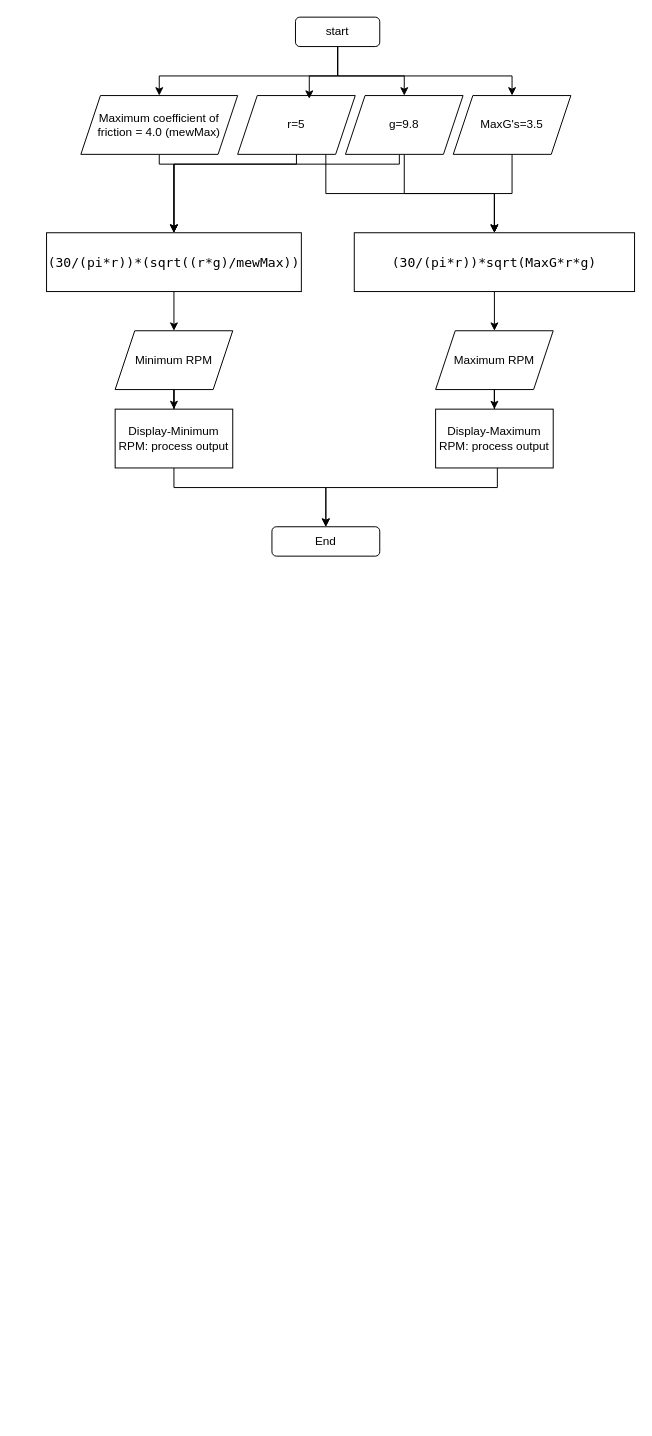
Above: Untitled Diagram.drawio in ShhhhTheBaby/draw.io (draw.io), before the change. Source tidied: cells renumbered, new cells numbered last; positions are measured from the earlier drawing's top-left corner, leaving out a move shared by most shapes. Both pictures are drawn from the tidied source at 98%, with x=0, y=0 at pixel (46, 17).
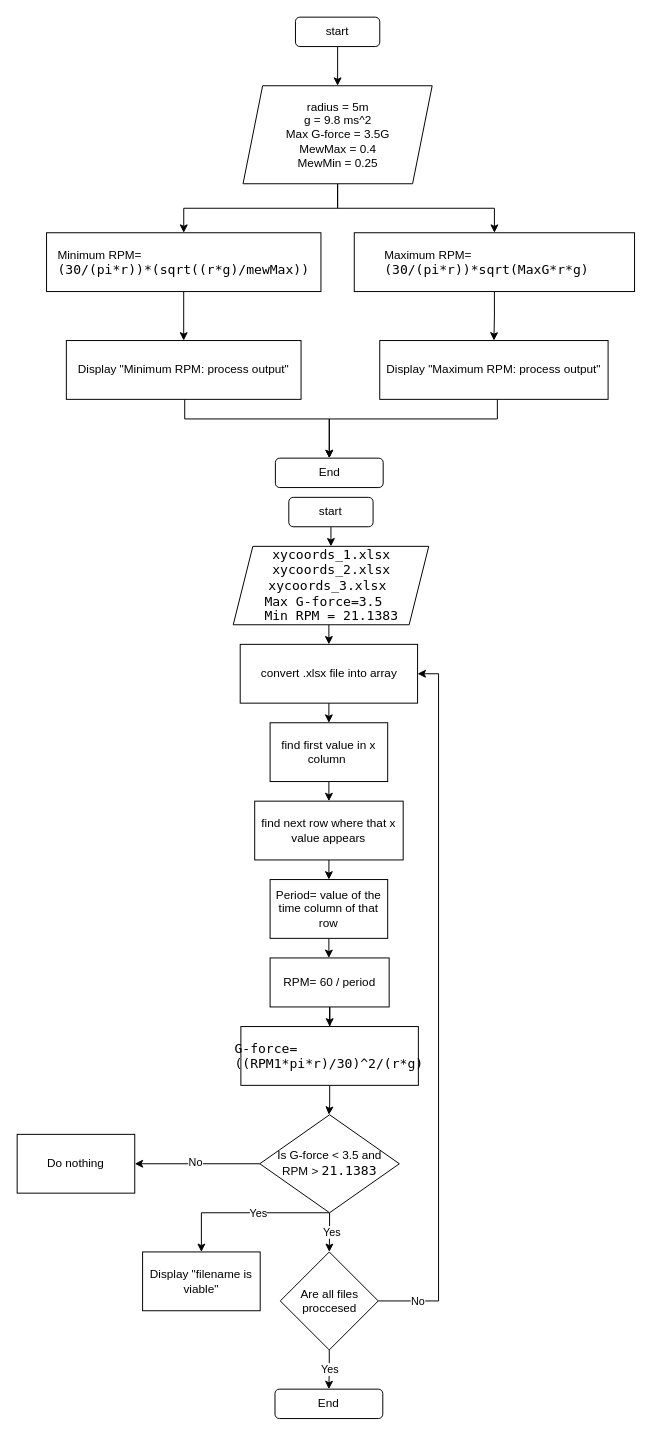
The same page after the edit.

Unchanged cells that the change refers to:
```xml
<mxCell id="23" value="start" style="rounded=1;whiteSpace=wrap;html=1;" parent="1" vertex="1">
  <mxGeometry x="254" width="86" height="30" as="geometry" />
</mxCell>
```

The edit, as a diff of the source:
```diff
@@
-    <mxCell id="2" style="edgeStyle=orthogonalEdgeStyle;rounded=0;jettySize=auto;html=1;entryX=0.5;entryY=0;entryDx=0;entryDy=0;" parent="1" edge="1" source="3" target="13">
-      <mxGeometry relative="1" as="geometry">
-        <Array as="points">
-          <mxPoint x="115" y="150" />
-          <mxPoint x="130" y="150" />
-        </Array>
-      </mxGeometry>
-    </mxCell>
-    <mxCell id="3" value="Maximum coefficient of friction = 4.0 (mewMax)" style="shape=parallelogram;perimeter=parallelogramPerimeter;whiteSpace=wrap;html=1;fixedSize=1;" parent="1" vertex="1">
-      <mxGeometry x="35" y="80" width="160" height="60" as="geometry" />
-    </mxCell>
-    <mxCell id="4" style="edgeStyle=orthogonalEdgeStyle;rounded=0;jettySize=auto;html=1;entryX=0.5;entryY=0;entryDx=0;entryDy=0;" parent="1" edge="1" source="5" target="15">
-      <mxGeometry relative="1" as="geometry">
-        <Array as="points">
-          <mxPoint x="475" y="180" />
-          <mxPoint x="457" y="180" />
-        </Array>
-      </mxGeometry>
-    </mxCell>
-    <mxCell id="5" value="MaxG's=3.5" style="shape=parallelogram;perimeter=parallelogramPerimeter;whiteSpace=wrap;html=1;fixedSize=1;" parent="1" vertex="1">
-      <mxGeometry x="415" y="80" width="120" height="60" as="geometry" />
-    </mxCell>
-    <mxCell id="6" style="edgeStyle=orthogonalEdgeStyle;rounded=0;jettySize=auto;html=1;entryX=0.5;entryY=0;entryDx=0;entryDy=0;" parent="1" edge="1" source="8" target="13">
-      <mxGeometry relative="1" as="geometry">
-        <Array as="points">
-          <mxPoint x="255" y="150" />
-          <mxPoint x="130" y="150" />
-        </Array>
-      </mxGeometry>
-    </mxCell>
-    <mxCell id="7" style="edgeStyle=orthogonalEdgeStyle;rounded=0;jettySize=auto;html=1;exitX=0.75;exitY=1;exitDx=0;exitDy=0;" parent="1" edge="1" source="8" target="15">
-      <mxGeometry relative="1" as="geometry">
-        <Array as="points">
-          <mxPoint x="285" y="180" />
-          <mxPoint x="457" y="180" />
-        </Array>
-      </mxGeometry>
-    </mxCell>
-    <mxCell id="8" value="r=5" style="shape=parallelogram;perimeter=parallelogramPerimeter;whiteSpace=wrap;html=1;fixedSize=1;" parent="1" vertex="1">
-      <mxGeometry x="195" y="80" width="120" height="60" as="geometry" />
-    </mxCell>
-    <mxCell id="9" style="edgeStyle=orthogonalEdgeStyle;rounded=0;jettySize=auto;html=1;entryX=0.5;entryY=0;entryDx=0;entryDy=0;" parent="1" edge="1" source="11" target="13">
-      <mxGeometry relative="1" as="geometry">
-        <Array as="points">
-          <mxPoint x="360" y="150" />
-          <mxPoint x="130" y="150" />
-        </Array>
-      </mxGeometry>
-    </mxCell>
-    <mxCell id="10" style="edgeStyle=orthogonalEdgeStyle;rounded=0;jettySize=auto;html=1;exitX=0.5;exitY=1;exitDx=0;exitDy=0;entryX=0.5;entryY=0;entryDx=0;entryDy=0;" parent="1" edge="1" source="11" target="15">
-      <mxGeometry relative="1" as="geometry">
-        <Array as="points">
-          <mxPoint x="365" y="180" />
-          <mxPoint x="457" y="180" />
-        </Array>
-      </mxGeometry>
-    </mxCell>
-    <mxCell id="11" value="g=9.8" style="shape=parallelogram;perimeter=parallelogramPerimeter;whiteSpace=wrap;html=1;fixedSize=1;" parent="1" vertex="1">
-      <mxGeometry x="305" y="80" width="120" height="60" as="geometry" />
-    </mxCell>
-    <mxCell id="12" style="edgeStyle=orthogonalEdgeStyle;rounded=0;jettySize=auto;html=1;" parent="1" edge="1" source="13" target="17">
-      <mxGeometry relative="1" as="geometry" />
-    </mxCell>
+    <mxCell id="30" style="edgeStyle=orthogonalEdgeStyle;rounded=0;jettySize=auto;html=1;entryX=0.5;entryY=0;entryDx=0;entryDy=0;" parent="1" edge="1" source="13" target="26">
+      <mxGeometry relative="1" as="geometry" />
+    </mxCell>
-    <mxCell id="13" value="&lt;div style=&quot;padding: 30px; font-size: medium; text-align: start;&quot; class=&quot;rtcContent&quot;&gt;&lt;div style=&quot;font-size: 10pt; font-family: Menlo, Monaco, Consolas, &amp;quot;Courier New&amp;quot;, monospace;&quot; class=&quot;lineNode&quot;&gt;&lt;span style=&quot;white-space: pre;&quot;&gt;(30/(pi*r))*(sqrt((r*g)/mewMax))&lt;/span&gt;&lt;/div&gt;&lt;/div&gt;" style="rounded=0;whiteSpace=wrap;html=1;" parent="1" vertex="1">
-      <mxGeometry y="220" width="260" height="60" as="geometry" />
+    <mxCell id="13" value="&lt;div style=&quot;padding: 30px; font-size: medium; text-align: start;&quot; class=&quot;rtcContent&quot;&gt;&lt;div style=&quot;font-size: 10pt; font-family: Menlo, Monaco, Consolas, &amp;quot;Courier New&amp;quot;, monospace;&quot; class=&quot;lineNode&quot;&gt;&lt;span style=&quot;font-size: 12px; text-align: center; background-color: transparent; color: light-dark(rgb(0, 0, 0), rgb(255, 255, 255)); font-family: Helvetica;&quot;&gt;Minimum RPM=&lt;/span&gt;&lt;span style=&quot;white-space: pre;&quot;&gt;(30/(pi*r))*(sqrt((r*g)/mewMax))&lt;/span&gt;&lt;/div&gt;&lt;/div&gt;" style="rounded=0;whiteSpace=wrap;html=1;" parent="1" vertex="1">
+      <mxGeometry y="220" width="280" height="60" as="geometry" />
     </mxCell>
-    <mxCell id="14" style="edgeStyle=orthogonalEdgeStyle;rounded=0;jettySize=auto;html=1;" parent="1" edge="1" source="15" target="19">
-      <mxGeometry relative="1" as="geometry" />
-    </mxCell>
+    <mxCell id="31" style="edgeStyle=orthogonalEdgeStyle;rounded=0;jettySize=auto;html=1;entryX=0.5;entryY=0;entryDx=0;entryDy=0;" parent="1" edge="1" source="15" target="28">
+      <mxGeometry relative="1" as="geometry" />
+    </mxCell>
-    <mxCell id="15" value="&lt;div style=&quot;padding: 30px; font-size: medium; text-align: start;&quot; class=&quot;rtcContent&quot;&gt;&lt;div style=&quot;font-size: 10pt; font-family: Menlo, Monaco, Consolas, &amp;quot;Courier New&amp;quot;, monospace;&quot; class=&quot;lineNode&quot;&gt;&lt;span style=&quot;white-space: pre;&quot;&gt;(30/(pi*r))*sqrt(MaxG*r*g)&lt;/span&gt;&lt;/div&gt;&lt;/div&gt;" style="rounded=0;whiteSpace=wrap;html=1;" parent="1" vertex="1">
+    <mxCell id="15" value="&lt;div style=&quot;padding: 30px; font-size: medium; text-align: start;&quot; class=&quot;rtcContent&quot;&gt;&lt;div style=&quot;font-size: 10pt; font-family: Menlo, Monaco, Consolas, &amp;quot;Courier New&amp;quot;, monospace;&quot; class=&quot;lineNode&quot;&gt;&lt;span style=&quot;font-size: 12px; text-align: center; background-color: transparent; color: light-dark(rgb(0, 0, 0), rgb(255, 255, 255)); font-family: Helvetica;&quot;&gt;Maximum RPM=&lt;/span&gt;&lt;span style=&quot;white-space: pre;&quot;&gt;(30/(pi*r))*sqrt(MaxG*r*g)&lt;/span&gt;&lt;/div&gt;&lt;/div&gt;" style="rounded=0;whiteSpace=wrap;html=1;" parent="1" vertex="1">
       <mxGeometry x="314" y="220" width="286" height="60" as="geometry" />
     </mxCell>
-    <mxCell id="16" style="edgeStyle=orthogonalEdgeStyle;rounded=0;jettySize=auto;html=1;" parent="1" edge="1" source="17" target="26">
-      <mxGeometry relative="1" as="geometry" />
-    </mxCell>
-    <mxCell id="17" value="Minimum RPM" style="shape=parallelogram;perimeter=parallelogramPerimeter;whiteSpace=wrap;html=1;fixedSize=1;" parent="1" vertex="1">
-      <mxGeometry x="70" y="320" width="120" height="60" as="geometry" />
-    </mxCell>
-    <mxCell id="18" style="edgeStyle=orthogonalEdgeStyle;rounded=0;jettySize=auto;html=1;entryX=0.5;entryY=0;entryDx=0;entryDy=0;" parent="1" edge="1" source="19" target="28">
-      <mxGeometry relative="1" as="geometry" />
-    </mxCell>
-    <mxCell id="19" value="Maximum RPM" style="shape=parallelogram;perimeter=parallelogramPerimeter;whiteSpace=wrap;html=1;fixedSize=1;" parent="1" vertex="1">
-      <mxGeometry x="397" y="320" width="120" height="60" as="geometry" />
-    </mxCell>
-    <mxCell id="20" style="edgeStyle=orthogonalEdgeStyle;rounded=0;jettySize=auto;html=1;" parent="1" edge="1" source="23" target="11">
-      <mxGeometry relative="1" as="geometry">
-        <Array as="points">
-          <mxPoint x="297" y="60" />
-          <mxPoint x="365" y="60" />
-        </Array>
-      </mxGeometry>
-    </mxCell>
-    <mxCell id="21" style="edgeStyle=orthogonalEdgeStyle;rounded=0;jettySize=auto;html=1;entryX=0.5;entryY=0;entryDx=0;entryDy=0;" parent="1" edge="1" source="23" target="3">
-      <mxGeometry relative="1" as="geometry">
-        <Array as="points">
-          <mxPoint x="297" y="60" />
-          <mxPoint x="115" y="60" />
-        </Array>
-      </mxGeometry>
-    </mxCell>
-    <mxCell id="22" style="edgeStyle=orthogonalEdgeStyle;rounded=0;jettySize=auto;html=1;" parent="1" edge="1" source="23" target="5">
-      <mxGeometry relative="1" as="geometry">
-        <Array as="points">
-          <mxPoint x="297" y="60" />
-          <mxPoint x="475" y="60" />
-        </Array>
-      </mxGeometry>
-    </mxCell>
+    <mxCell id="32" style="edgeStyle=orthogonalEdgeStyle;rounded=0;jettySize=auto;html=1;" parent="1" edge="1" source="23" target="35">
+      <mxGeometry relative="1" as="geometry" />
+    </mxCell>
@@
     <mxCell id="24" value="End" style="rounded=1;whiteSpace=wrap;html=1;" parent="1" vertex="1">
-      <mxGeometry x="230" y="520" width="110" height="30" as="geometry" />
+      <mxGeometry x="233.5" y="450" width="110" height="30" as="geometry" />
     </mxCell>
     <mxCell id="25" style="edgeStyle=orthogonalEdgeStyle;rounded=0;jettySize=auto;html=1;entryX=0.5;entryY=0;entryDx=0;entryDy=0;" parent="1" edge="1" source="26" target="24">
       <mxGeometry relative="1" as="geometry">
         <Array as="points">
-          <mxPoint x="130" y="480" />
-          <mxPoint x="285" y="480" />
+          <mxPoint x="141" y="410" />
+          <mxPoint x="289" y="410" />
         </Array>
       </mxGeometry>
     </mxCell>
-    <mxCell id="26" value="Display-Minimum RPM: process output" style="whiteSpace=wrap;html=1;" parent="1" vertex="1">
-      <mxGeometry x="70" y="400" width="120" height="60" as="geometry" />
+    <mxCell id="26" value="Display &quot;Minimum RPM: process output&quot;" style="whiteSpace=wrap;html=1;" parent="1" vertex="1">
+      <mxGeometry x="20.2" y="330" width="239.5" height="60" as="geometry" />
     </mxCell>
     <mxCell id="27" style="edgeStyle=orthogonalEdgeStyle;rounded=0;jettySize=auto;html=1;entryX=0.5;entryY=0;entryDx=0;entryDy=0;" parent="1" edge="1" source="28" target="24">
       <mxGeometry relative="1" as="geometry">
         <Array as="points">
-          <mxPoint x="460" y="480" />
-          <mxPoint x="285" y="480" />
+          <mxPoint x="460" y="410" />
+          <mxPoint x="289" y="410" />
         </Array>
       </mxGeometry>
     </mxCell>
-    <mxCell id="28" value="Display-Maximum RPM: process output" style="whiteSpace=wrap;html=1;" parent="1" vertex="1">
-      <mxGeometry x="397" y="400" width="120" height="60" as="geometry" />
+    <mxCell id="28" value="Display &quot;Maximum RPM: process output&quot;" style="whiteSpace=wrap;html=1;" parent="1" vertex="1">
+      <mxGeometry x="340" y="330" width="233" height="60" as="geometry" />
     </mxCell>
-    <mxCell id="29" style="edgeStyle=orthogonalEdgeStyle;rounded=0;jettySize=auto;html=1;entryX=0.609;entryY=0.054;entryDx=0;entryDy=0;entryPerimeter=0;" parent="1" edge="1" source="23" target="8">
-      <mxGeometry relative="1" as="geometry">
-        <Array as="points">
-          <mxPoint x="297" y="60" />
-          <mxPoint x="268" y="60" />
-        </Array>
-      </mxGeometry>
-    </mxCell>
+    <mxCell id="33" style="edgeStyle=orthogonalEdgeStyle;rounded=0;jettySize=auto;html=1;entryX=0.5;entryY=0;entryDx=0;entryDy=0;" parent="1" edge="1" source="35" target="13">
+      <mxGeometry relative="1" as="geometry" />
+    </mxCell>
+    <mxCell id="34" style="edgeStyle=orthogonalEdgeStyle;rounded=0;jettySize=auto;html=1;entryX=0.5;entryY=0;entryDx=0;entryDy=0;" parent="1" edge="1" source="35" target="15">
+      <mxGeometry relative="1" as="geometry" />
+    </mxCell>
+    <mxCell id="35" value="radius = 5m&lt;div&gt;g = 9.8 ms^2&lt;/div&gt;&lt;div&gt;Max G-force = 3.5G&lt;/div&gt;&lt;div&gt;MewMax = 0.4&lt;/div&gt;&lt;div&gt;MewMin = 0.25&lt;/div&gt;" style="shape=parallelogram;perimeter=parallelogramPerimeter;whiteSpace=wrap;html=1;fixedSize=1;" parent="1" vertex="1">
+      <mxGeometry x="200.5" y="70" width="193" height="100" as="geometry" />
+    </mxCell>
+    <mxCell id="36" style="edgeStyle=orthogonalEdgeStyle;rounded=0;jettySize=auto;html=1;entryX=0.5;entryY=0;entryDx=0;entryDy=0;" parent="1" edge="1" source="37" target="39">
+      <mxGeometry relative="1" as="geometry" />
+    </mxCell>
+    <mxCell id="37" value="start" style="rounded=1;whiteSpace=wrap;html=1;" parent="1" vertex="1">
+      <mxGeometry x="247.2" y="490" width="86" height="30" as="geometry" />
+    </mxCell>
+    <mxCell id="38" style="edgeStyle=orthogonalEdgeStyle;rounded=0;jettySize=auto;html=1;exitX=0.5;exitY=1;exitDx=0;exitDy=0;entryX=0.5;entryY=0;entryDx=0;entryDy=0;" parent="1" edge="1" target="41">
+      <mxGeometry relative="1" as="geometry">
+        <mxPoint x="288.1" y="620" as="sourcePoint" />
+      </mxGeometry>
+    </mxCell>
+    <mxCell id="39" value="&lt;span style=&quot;white-space: pre; font-family: Menlo, Monaco, Consolas, &amp;quot;Courier New&amp;quot;, monospace; font-size: 10pt; text-align: start; background-color: transparent;&quot;&gt;&lt;font&gt;xycoords_1.xlsx&lt;/font&gt;&lt;/span&gt;&lt;div&gt;&lt;span style=&quot;white-space: pre; font-family: Menlo, Monaco, Consolas, &amp;quot;Courier New&amp;quot;, monospace; font-size: 10pt; text-align: start; background-color: transparent;&quot;&gt;&lt;span style=&quot;background-color: transparent; font-size: 10pt;&quot;&gt;&lt;font&gt;xycoords_2.xlsx&lt;/font&gt;&lt;/span&gt;&lt;/span&gt;&lt;/div&gt;&lt;div&gt;&lt;span style=&quot;white-space: pre; font-family: Menlo, Monaco, Consolas, &amp;quot;Courier New&amp;quot;, monospace; font-size: 10pt; text-align: start; background-color: transparent;&quot;&gt;&lt;span style=&quot;background-color: transparent; font-size: 10pt;&quot;&gt;&lt;font&gt;&lt;span style=&quot;background-color: transparent; font-size: 10pt;&quot;&gt;xycoords_3.xlsx &lt;/span&gt;&lt;/font&gt;&lt;/span&gt;&lt;/span&gt;&lt;/div&gt;&lt;div style=&quot;text-align: start;&quot;&gt;&lt;font face=&quot;Menlo, Monaco, Consolas, Courier New, monospace&quot;&gt;&lt;span style=&quot;font-size: 13.3333px; white-space: pre;&quot;&gt;Max G-force=3.5 &lt;/span&gt;&lt;/font&gt;&lt;/div&gt;&lt;div style=&quot;text-align: start;&quot;&gt;&lt;font face=&quot;Menlo, Monaco, Consolas, Courier New, monospace&quot;&gt;&lt;span style=&quot;font-size: 13.3333px; white-space: pre;&quot;&gt;Min RPM = &lt;/span&gt;&lt;/font&gt;&lt;span style=&quot;white-space: pre; font-family: Menlo, Monaco, Consolas, &amp;quot;Courier New&amp;quot;, monospace; font-size: 10pt; background-color: transparent; color: light-dark(rgb(0, 0, 0), rgb(255, 255, 255));&quot;&gt;21.1383&lt;/span&gt;&lt;/div&gt;" style="shape=parallelogram;perimeter=parallelogramPerimeter;whiteSpace=wrap;html=1;fixedSize=1;" parent="1" vertex="1">
+      <mxGeometry x="190.5" y="540" width="199.5" height="80" as="geometry" />
+    </mxCell>
+    <mxCell id="40" style="edgeStyle=orthogonalEdgeStyle;rounded=0;jettySize=auto;html=1;exitX=0.5;exitY=1;exitDx=0;exitDy=0;entryX=0.5;entryY=0;entryDx=0;entryDy=0;" parent="1" edge="1" source="41" target="43">
+      <mxGeometry relative="1" as="geometry" />
+    </mxCell>
+    <mxCell id="41" value="convert .xlsx file into array" style="rounded=0;whiteSpace=wrap;html=1;" parent="1" vertex="1">
+      <mxGeometry x="197.6" y="640" width="181" height="60" as="geometry" />
+    </mxCell>
+    <mxCell id="42" style="edgeStyle=orthogonalEdgeStyle;rounded=0;jettySize=auto;html=1;exitX=0.5;exitY=1;exitDx=0;exitDy=0;entryX=0.5;entryY=0;entryDx=0;entryDy=0;" parent="1" edge="1" source="43" target="45">
+      <mxGeometry relative="1" as="geometry" />
+    </mxCell>
+    <mxCell id="43" value="find first value in x column&amp;nbsp;" style="whiteSpace=wrap;html=1;rounded=0;" parent="1" vertex="1">
+      <mxGeometry x="228.1" y="720" width="120" height="60" as="geometry" />
+    </mxCell>
+    <mxCell id="44" style="edgeStyle=orthogonalEdgeStyle;rounded=0;jettySize=auto;html=1;exitX=0.5;exitY=1;exitDx=0;exitDy=0;entryX=0.5;entryY=0;entryDx=0;entryDy=0;" parent="1" edge="1" source="45" target="47">
+      <mxGeometry relative="1" as="geometry" />
+    </mxCell>
+    <mxCell id="45" value="find next row where that x value appears" style="whiteSpace=wrap;html=1;rounded=0;" parent="1" vertex="1">
+      <mxGeometry x="212.4" y="800" width="151.5" height="60" as="geometry" />
+    </mxCell>
+    <mxCell id="46" style="edgeStyle=orthogonalEdgeStyle;rounded=0;jettySize=auto;html=1;" parent="1" edge="1" source="47" target="49">
+      <mxGeometry relative="1" as="geometry" />
+    </mxCell>
+    <mxCell id="47" value="Period= value of the time column of that row" style="whiteSpace=wrap;html=1;rounded=0;" parent="1" vertex="1">
+      <mxGeometry x="228.1" y="880" width="120" height="60" as="geometry" />
+    </mxCell>
+    <mxCell id="48" style="edgeStyle=orthogonalEdgeStyle;rounded=0;jettySize=auto;html=1;" parent="1" edge="1" source="49" target="51">
+      <mxGeometry relative="1" as="geometry" />
+    </mxCell>
+    <mxCell id="49" value="RPM= 60 / period" style="whiteSpace=wrap;html=1;rounded=0;" parent="1" vertex="1">
+      <mxGeometry x="228.1" y="960" width="121.5" height="50" as="geometry" />
+    </mxCell>
+    <mxCell id="50" style="edgeStyle=orthogonalEdgeStyle;rounded=0;jettySize=auto;html=1;" parent="1" edge="1" source="51">
+      <mxGeometry relative="1" as="geometry">
+        <mxPoint x="288.1" y="1120" as="targetPoint" />
+      </mxGeometry>
+    </mxCell>
+    <mxCell id="51" value="&lt;div style=&quot;padding: 30px; font-size: medium; text-align: start;&quot; class=&quot;rtcContent&quot;&gt;&lt;div style=&quot;font-size: 10pt; font-family: Menlo, Monaco, Consolas, &amp;quot;Courier New&amp;quot;, monospace;&quot; class=&quot;lineNode&quot;&gt;&lt;span style=&quot;white-space: pre;&quot;&gt;G-force&lt;/span&gt;&lt;span style=&quot;white-space: pre; font-size: 10pt; background-color: transparent; color: light-dark(rgb(0, 0, 0), rgb(255, 255, 255));&quot;&gt;=&lt;/span&gt;&lt;/div&gt;&lt;div style=&quot;font-size: 10pt; font-family: Menlo, Monaco, Consolas, &amp;quot;Courier New&amp;quot;, monospace;&quot; class=&quot;lineNode&quot;&gt;&lt;span style=&quot;white-space: pre; font-size: 10pt; background-color: transparent; color: light-dark(rgb(0, 0, 0), rgb(255, 255, 255));&quot;&gt;((RPM1*pi*r)/30)^2/(r*g)&lt;/span&gt;&lt;/div&gt;&lt;/div&gt;" style="whiteSpace=wrap;html=1;rounded=0;" parent="1" vertex="1">
+      <mxGeometry x="198.3" y="1030" width="181.1" height="60" as="geometry" />
+    </mxCell>
+    <mxCell id="52" style="edgeStyle=orthogonalEdgeStyle;rounded=0;jettySize=auto;html=1;entryX=1;entryY=0.5;entryDx=0;entryDy=0;" parent="1" edge="1" source="56" target="41">
+      <mxGeometry relative="1" as="geometry">
+        <Array as="points">
+          <mxPoint x="400" y="1310" />
+          <mxPoint x="400" y="670" />
+        </Array>
+      </mxGeometry>
+    </mxCell>
+    <mxCell id="53" value="No" style="edgeLabel;html=1;align=center;verticalAlign=middle;" parent="52" vertex="1">
+      <mxGeometry x="-0.89" y="1" relative="1" as="geometry">
+        <mxPoint y="1" as="offset" />
+      </mxGeometry>
+    </mxCell>
+    <mxCell id="54" style="edgeStyle=orthogonalEdgeStyle;rounded=0;jettySize=auto;html=1;" parent="1" edge="1" source="56" target="57">
+      <mxGeometry relative="1" as="geometry" />
+    </mxCell>
+    <mxCell id="55" value="Yes" style="edgeLabel;html=1;align=center;verticalAlign=middle;" parent="54" vertex="1">
+      <mxGeometry x="-0.05" relative="1" as="geometry" />
+    </mxCell>
+    <mxCell id="56" value="Are all files proccesed" style="rhombus;whiteSpace=wrap;html=1;" parent="1" vertex="1">
+      <mxGeometry x="238.5" y="1260" width="100" height="100" as="geometry" />
+    </mxCell>
+    <mxCell id="57" value="End" style="rounded=1;whiteSpace=wrap;html=1;" parent="1" vertex="1">
+      <mxGeometry x="233.1" y="1400" width="110" height="30" as="geometry" />
+    </mxCell>
+    <mxCell id="58" style="edgeStyle=orthogonalEdgeStyle;rounded=0;jettySize=auto;html=1;entryX=0.5;entryY=0;entryDx=0;entryDy=0;" parent="1" edge="1" source="64" target="56">
+      <mxGeometry relative="1" as="geometry" />
+    </mxCell>
+    <mxCell id="59" value="Yes" style="edgeLabel;html=1;align=center;verticalAlign=middle;" parent="58" vertex="1">
+      <mxGeometry x="-0.04" y="2" relative="1" as="geometry" />
+    </mxCell>
+    <mxCell id="60" style="edgeStyle=orthogonalEdgeStyle;rounded=0;jettySize=auto;html=1;exitX=0.5;exitY=1;exitDx=0;exitDy=0;entryX=0.5;entryY=0;entryDx=0;entryDy=0;" parent="1" edge="1" source="64" target="65">
+      <mxGeometry relative="1" as="geometry">
+        <Array as="points">
+          <mxPoint x="158" y="1220" />
+        </Array>
+      </mxGeometry>
+    </mxCell>
+    <mxCell id="61" value="Yes" style="edgeLabel;html=1;align=center;verticalAlign=middle;" parent="60" vertex="1">
+      <mxGeometry x="-0.15" relative="1" as="geometry" />
+    </mxCell>
+    <mxCell id="62" style="edgeStyle=orthogonalEdgeStyle;rounded=0;jettySize=auto;html=1;" parent="1" edge="1" source="64">
+      <mxGeometry relative="1" as="geometry">
+        <mxPoint x="90" y="1170" as="targetPoint" />
+      </mxGeometry>
+    </mxCell>
+    <mxCell id="63" value="No" style="edgeLabel;html=1;align=center;verticalAlign=middle;" parent="62" vertex="1">
+      <mxGeometry x="0.04" y="-2" relative="1" as="geometry" />
+    </mxCell>
+    <mxCell id="64" value="Is G-force &amp;lt; 3.5 and&lt;div&gt;RPM &amp;gt;&amp;nbsp;&lt;span style=&quot;white-space: pre; font-family: Menlo, Monaco, Consolas, &amp;quot;Courier New&amp;quot;, monospace; font-size: 10pt; text-align: start; background-color: transparent; color: light-dark(rgb(0, 0, 0), rgb(255, 255, 255));&quot;&gt;21.1383&lt;/span&gt;&lt;/div&gt;" style="rhombus;whiteSpace=wrap;html=1;" parent="1" vertex="1">
+      <mxGeometry x="217.6" y="1120" width="142.4" height="100" as="geometry" />
+    </mxCell>
+    <mxCell id="65" value="Display &quot;filename is viable&quot;" style="rounded=0;whiteSpace=wrap;html=1;" parent="1" vertex="1">
+      <mxGeometry x="98" y="1260" width="120" height="60" as="geometry" />
+    </mxCell>
+    <mxCell id="66" value="Do nothing" style="rounded=0;whiteSpace=wrap;html=1;" parent="1" vertex="1">
+      <mxGeometry x="-30" y="1140" width="120" height="60" as="geometry" />
+    </mxCell>
```
